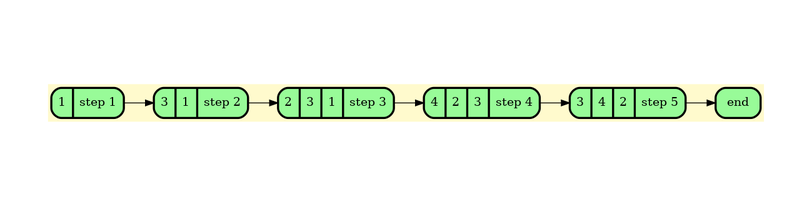
BulgakovDmitry/LFU_cache keeps this Graphviz diagram as graphDump/dump.png. Above is the earlier version. Its source is kept beside it as graphDump/dump.gv.
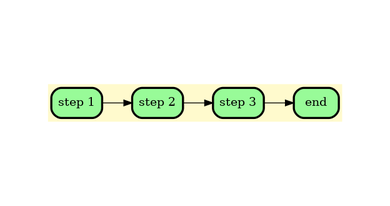
The same file after the commit.

The edit, as a diff of the source:
```diff
@@ -4,16 +4,12 @@
     node [style=filled, fontcolor=darkblue,    fillcolor=peachpuff, color="#252A34", penwidth=2.5];
     bgcolor="lemonchiffon";
 
-	node_0 [shape=Mrecord; style = filled; fillcolor = palegreen;color = "#000000"; fontcolor = "#000000";  label=" {1 | step 1} "];
-	node_1 [shape=Mrecord; style = filled; fillcolor = palegreen;color = "#000000"; fontcolor = "#000000";  label=" {3 | 1 | step 2} "];
-	node_2 [shape=Mrecord; style = filled; fillcolor = palegreen;color = "#000000"; fontcolor = "#000000";  label=" {2 | 3 | 1 | step 3} "];
-	node_3 [shape=Mrecord; style = filled; fillcolor = palegreen;color = "#000000"; fontcolor = "#000000";  label=" {4 | 2 | 3 | step 4} "];
-	node_4 [shape=Mrecord; style = filled; fillcolor = palegreen;color = "#000000"; fontcolor = "#000000";  label=" {3 | 4 | 2 | step 5} "];
-	node_5 [shape=Mrecord; style = filled; fillcolor = palegreen;color = "#000000"; fontcolor = "#000000";  label=" { end }"];
+	node_0 [shape=Mrecord; style = filled; fillcolor = palegreen;color = "#000000"; fontcolor = "#000000";  label=" {step 1} "];
+	node_1 [shape=Mrecord; style = filled; fillcolor = palegreen;color = "#000000"; fontcolor = "#000000";  label=" {step 2} "];
+	node_2 [shape=Mrecord; style = filled; fillcolor = palegreen;color = "#000000"; fontcolor = "#000000";  label=" {step 3} "];
+	node_3 [shape=Mrecord; style = filled; fillcolor = palegreen;color = "#000000"; fontcolor = "#000000";  label=" { end }"];
 
 	node_0 -> node_1
 	node_1 -> node_2
 	node_2 -> node_3
-	node_3 -> node_4
-	node_4 -> node_5
 }
```
